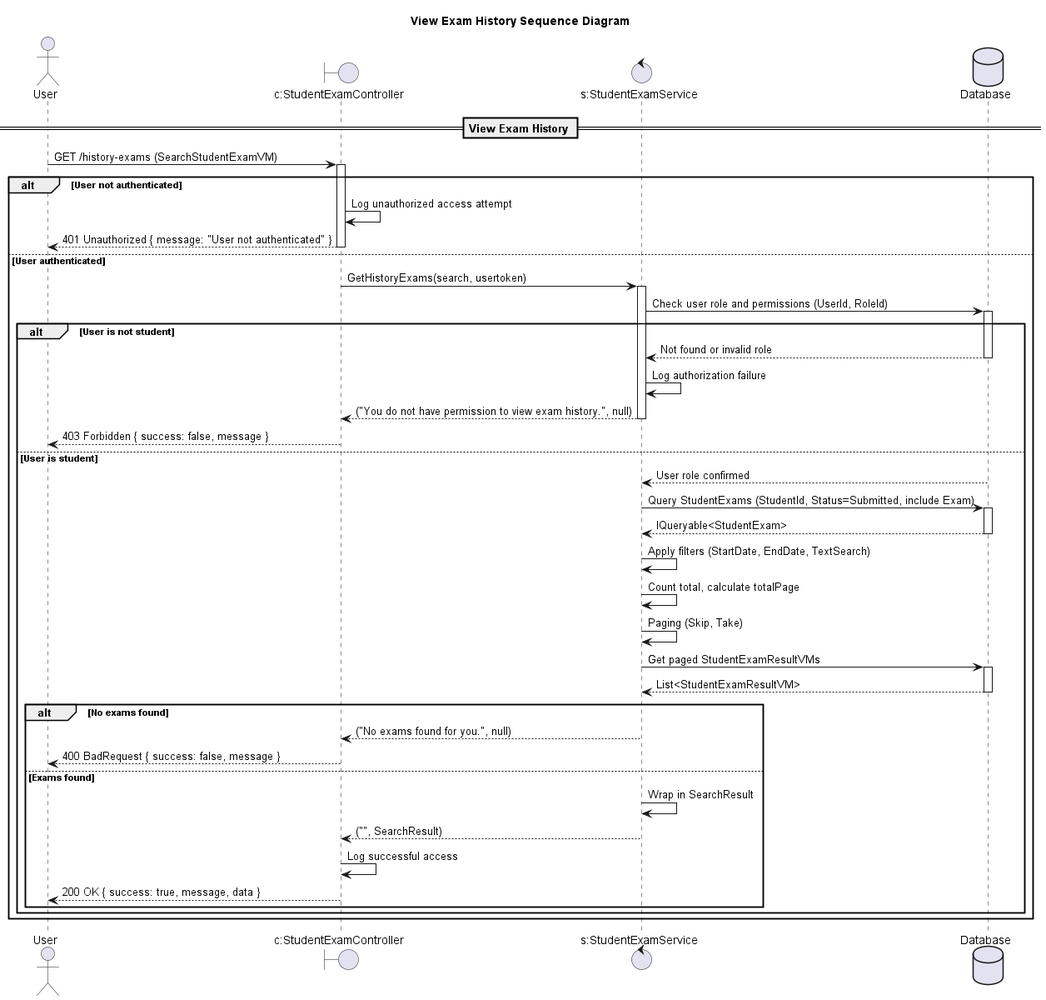
Above: design/out/viewexamhistorysequencediagram/viewexamhistorysequencediagram.png in conghoan1211/AI-Kiosk-Testing-system (PlantUML), before the change. The source it was exported from:
```plantuml
@startuml

title View Exam History Sequence Diagram

actor "User" as Client
boundary "c:StudentExamController" as Controller
control "s:StudentExamService" as Service
database "Database" as DB

== View Exam History ==

Client -> Controller: GET /history-exams (SearchStudentExamVM)
activate Controller

alt User not authenticated
    Controller -> Controller: Log unauthorized access attempt
    Controller --> Client: 401 Unauthorized { message: "User not authenticated" }
    deactivate Controller
else User authenticated
    Controller -> Service: GetHistoryExams(search, usertoken)
    activate Service

    Service -> DB: Check user role and permissions (UserId, RoleId)
    activate DB
    alt User is not student
        DB --> Service: Not found or invalid role
        deactivate DB
        Service -> Service: Log authorization failure
        Service --> Controller: ("You do not have permission to view exam history.", null)
        deactivate Service
        Controller --> Client: 403 Forbidden { success: false, message }
        deactivate Controller
    else User is student
        DB --> Service: User role confirmed
        deactivate DB

        Service -> DB: Query StudentExams (StudentId, Status=Submitted, include Exam)
        activate DB
        DB --> Service: IQueryable<StudentExam>
        deactivate DB

        Service -> Service: Apply filters (StartDate, EndDate, TextSearch)
        Service -> Service: Count total, calculate totalPage
        Service -> Service: Paging (Skip, Take)
        Service -> DB: Get paged StudentExamResultVMs
        activate DB
        DB --> Service: List<StudentExamResultVM>
        deactivate DB

        alt No exams found
            Service --> Controller: ("No exams found for you.", null)
            deactivate Service
            Controller --> Client: 400 BadRequest { success: false, message }
            deactivate Controller
        else Exams found
            Service -> Service: Wrap in SearchResult
            Service --> Controller: ("", SearchResult)
            deactivate Service
            Controller -> Controller: Log successful access
            Controller --> Client: 200 OK { success: true, message, data }
            deactivate Controller
        end alt
    end
end

@enduml
```
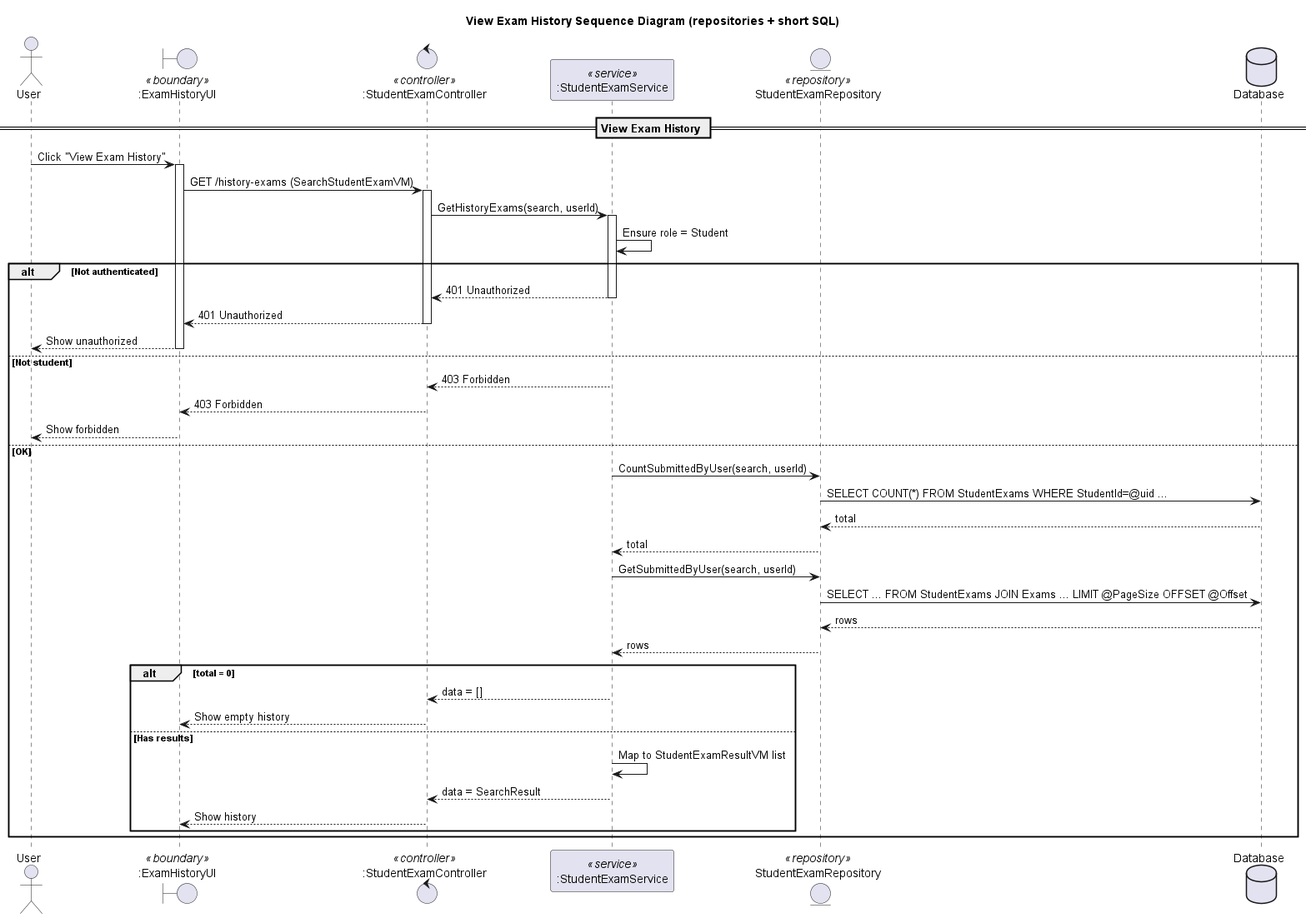
After the change.

The edit, as a diff of the source:
```diff
@@ -1,66 +1,63 @@
 @startuml
-
-title View Exam History Sequence Diagram
+title View Exam History Sequence Diagram (repositories + short SQL)
 
 actor "User" as Client
-boundary "c:StudentExamController" as Controller
-control "s:StudentExamService" as Service
+boundary ":ExamHistoryUI" as UI <<boundary>>
+control ":StudentExamController" as Controller <<controller>>
+participant ":StudentExamService" as Service <<service>>
+
+entity "StudentExamRepository" as StuExamRepo <<repository>>
+
 database "Database" as DB
 
 == View Exam History ==
 
-Client -> Controller: GET /history-exams (SearchStudentExamVM)
+Client -> UI: Click "View Exam History"
+activate UI
+UI -> Controller: GET /history-exams (SearchStudentExamVM)
 activate Controller
+Controller -> Service: GetHistoryExams(search, userId)
+activate Service
 
-alt User not authenticated
-    Controller -> Controller: Log unauthorized access attempt
-    Controller --> Client: 401 Unauthorized { message: "User not authenticated" }
+Service -> Service: Ensure role = Student
+alt Not authenticated
+  Service --> Controller: 401 Unauthorized
+  deactivate Service
+  Controller --> UI: 401 Unauthorized
+  deactivate Controller
+  UI --> Client: Show unauthorized
+  deactivate UI
+else Not student
+  Service --> Controller: 403 Forbidden
+  deactivate Service
+  Controller --> UI: 403 Forbidden
+  deactivate Controller
+  UI --> Client: Show forbidden
+  deactivate UI
+else OK
+  Service -> StuExamRepo: CountSubmittedByUser(search, userId)
+  StuExamRepo -> DB: SELECT COUNT(*) FROM StudentExams WHERE StudentId=@uid ...
+  DB --> StuExamRepo: total
+  StuExamRepo --> Service: total
+
+  Service -> StuExamRepo: GetSubmittedByUser(search, userId)
+  StuExamRepo -> DB: SELECT ... FROM StudentExams JOIN Exams ... LIMIT @PageSize OFFSET @Offset
+  DB --> StuExamRepo: rows
+  StuExamRepo --> Service: rows
+
+  alt total = 0
+    Service --> Controller: data = []
+    deactivate Service
+    Controller --> UI: Show empty history
     deactivate Controller
-else User authenticated
-    Controller -> Service: GetHistoryExams(search, usertoken)
-    activate Service
-
-    Service -> DB: Check user role and permissions (UserId, RoleId)
-    activate DB
-    alt User is not student
-        DB --> Service: Not found or invalid role
-        deactivate DB
-        Service -> Service: Log authorization failure
-        Service --> Controller: ("You do not have permission to view exam history.", null)
-        deactivate Service
-        Controller --> Client: 403 Forbidden { success: false, message }
-        deactivate Controller
-    else User is student
-        DB --> Service: User role confirmed
-        deactivate DB
-
-        Service -> DB: Query StudentExams (StudentId, Status=Submitted, include Exam)
-        activate DB
-        DB --> Service: IQueryable<StudentExam>
-        deactivate DB
-
-        Service -> Service: Apply filters (StartDate, EndDate, TextSearch)
-        Service -> Service: Count total, calculate totalPage
-        Service -> Service: Paging (Skip, Take)
-        Service -> DB: Get paged StudentExamResultVMs
-        activate DB
-        DB --> Service: List<StudentExamResultVM>
-        deactivate DB
-
-        alt No exams found
-            Service --> Controller: ("No exams found for you.", null)
-            deactivate Service
-            Controller --> Client: 400 BadRequest { success: false, message }
-            deactivate Controller
-        else Exams found
-            Service -> Service: Wrap in SearchResult
-            Service --> Controller: ("", SearchResult)
-            deactivate Service
-            Controller -> Controller: Log successful access
-            Controller --> Client: 200 OK { success: true, message, data }
-            deactivate Controller
-        end alt
-    end
+    deactivate UI
+  else Has results
+    Service -> Service: Map to StudentExamResultVM list
+    Service --> Controller: data = SearchResult
+    deactivate Service
+    Controller --> UI: Show history
+    deactivate Controller
+    deactivate UI
+  end
 end
-
 @enduml
```
